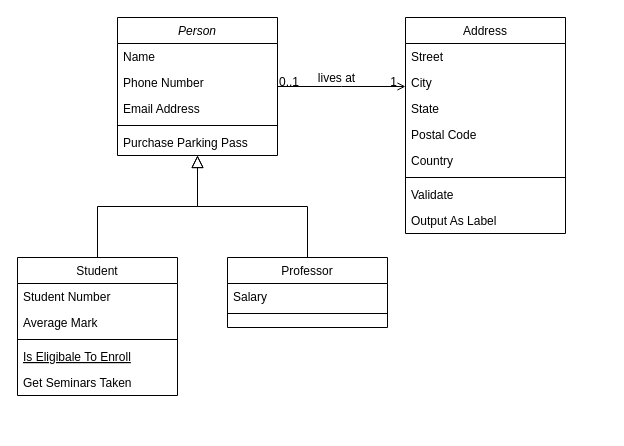
This is Untitled Diagram.drawio from ArttuJahva/NewRepo, a draw.io file, before an edit. Source tidied: cells renumbered, new cells numbered last; positions are measured from the earlier drawing's top-left corner, leaving out a move shared by most shapes. Both pictures are drawn from the tidied source at 100%, with x=0, y=0 at pixel (17, 17).
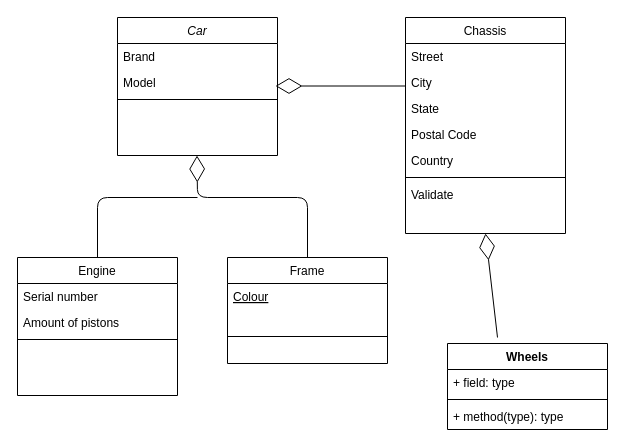
The same page after the edit.

Change to the diagram source:
```diff
@@
-    <mxCell id="2" value="Person" style="swimlane;fontStyle=2;align=center;verticalAlign=top;horizontal=1;startSize=26;rounded=0;shadow=0;strokeWidth=1;" parent="1" vertex="1">
+    <mxCell id="2" value="Car" style="swimlane;fontStyle=2;align=center;verticalAlign=top;horizontal=1;startSize=26;rounded=0;shadow=0;strokeWidth=1;" parent="1" vertex="1">
       <mxGeometry x="100" width="160" height="138" as="geometry" />
     </mxCell>
-    <mxCell id="3" value="Name" style="text;align=left;verticalAlign=top;spacingLeft=4;spacingRight=4;overflow=hidden;" parent="2" vertex="1">
+    <mxCell id="3" value="Brand" style="text;align=left;verticalAlign=top;spacingLeft=4;spacingRight=4;overflow=hidden;" parent="2" vertex="1">
       <mxGeometry y="26" width="160" height="26" as="geometry" />
     </mxCell>
-    <mxCell id="4" value="Phone Number" style="text;align=left;verticalAlign=top;spacingLeft=4;spacingRight=4;overflow=hidden;rounded=0;shadow=0;html=0;" parent="2" vertex="1">
+    <mxCell id="4" value="Model" style="text;align=left;verticalAlign=top;spacingLeft=4;spacingRight=4;overflow=hidden;rounded=0;shadow=0;html=0;" parent="2" vertex="1">
       <mxGeometry y="52" width="160" height="26" as="geometry" />
     </mxCell>
-    <mxCell id="5" value="Email Address" style="text;align=left;verticalAlign=top;spacingLeft=4;spacingRight=4;overflow=hidden;rounded=0;shadow=0;html=0;" parent="2" vertex="1">
-      <mxGeometry y="78" width="160" height="26" as="geometry" />
-    </mxCell>
     <mxCell id="6" style="line;html=1;strokeWidth=1;align=left;verticalAlign=middle;spacingTop=-1;spacingLeft=3;spacingRight=3;labelPosition=right;" parent="2" vertex="1">
-      <mxGeometry y="104" width="160" height="8" as="geometry" />
+      <mxGeometry y="78" width="160" height="8" as="geometry" />
     </mxCell>
-    <mxCell id="7" value="Purchase Parking Pass" style="text;align=left;verticalAlign=top;spacingLeft=4;spacingRight=4;overflow=hidden;" parent="2" vertex="1">
-      <mxGeometry y="112" width="160" height="26" as="geometry" />
-    </mxCell>
-    <mxCell id="8" value="Student" style="swimlane;fontStyle=0;align=center;verticalAlign=top;horizontal=1;startSize=26;rounded=0;shadow=0;strokeWidth=1;" parent="1" vertex="1">
+    <mxCell id="8" value="Engine" style="swimlane;fontStyle=0;align=center;verticalAlign=top;horizontal=1;startSize=26;rounded=0;shadow=0;strokeWidth=1;" parent="1" vertex="1">
       <mxGeometry y="240" width="160" height="138" as="geometry" />
     </mxCell>
-    <mxCell id="9" value="Student Number" style="text;align=left;verticalAlign=top;spacingLeft=4;spacingRight=4;overflow=hidden;" parent="8" vertex="1">
+    <mxCell id="9" value="Serial number" style="text;align=left;verticalAlign=top;spacingLeft=4;spacingRight=4;overflow=hidden;" parent="8" vertex="1">
       <mxGeometry y="26" width="160" height="26" as="geometry" />
     </mxCell>
-    <mxCell id="10" value="Average Mark" style="text;align=left;verticalAlign=top;spacingLeft=4;spacingRight=4;overflow=hidden;rounded=0;shadow=0;html=0;" parent="8" vertex="1">
+    <mxCell id="10" value="Amount of pistons" style="text;align=left;verticalAlign=top;spacingLeft=4;spacingRight=4;overflow=hidden;rounded=0;shadow=0;html=0;" parent="8" vertex="1">
       <mxGeometry y="52" width="160" height="26" as="geometry" />
     </mxCell>
@@
+    <mxCell id="15" value="Frame" style="swimlane;fontStyle=0;align=center;verticalAlign=top;horizontal=1;startSize=26;rounded=0;shadow=0;strokeWidth=1;" parent="1" vertex="1">
+      <mxGeometry x="210" y="240" width="160" height="106" as="geometry" />
+    </mxCell>
-    <mxCell id="12" value="Is Eligibale To Enroll" style="text;align=left;verticalAlign=top;spacingLeft=4;spacingRight=4;overflow=hidden;fontStyle=4;" parent="8" vertex="1">
-      <mxGeometry y="86" width="160" height="26" as="geometry" />
+    <mxCell id="12" value="Colour" style="text;align=left;verticalAlign=top;spacingLeft=4;spacingRight=4;overflow=hidden;fontStyle=4;" parent="15" vertex="1">
+      <mxGeometry y="26" width="160" height="26" as="geometry" />
     </mxCell>
-    <mxCell id="13" value="Get Seminars Taken" style="text;align=left;verticalAlign=top;spacingLeft=4;spacingRight=4;overflow=hidden;" parent="8" vertex="1">
-      <mxGeometry y="112" width="160" height="26" as="geometry" />
-    </mxCell>
-    <mxCell id="14" style="endArrow=block;endSize=10;endFill=0;shadow=0;strokeWidth=1;rounded=0;edgeStyle=elbowEdgeStyle;elbow=vertical;" parent="1" edge="1" source="8" target="2">
-      <mxGeometry relative="1" as="geometry" />
-    </mxCell>
-    <mxCell id="15" value="Professor" style="swimlane;fontStyle=0;align=center;verticalAlign=top;horizontal=1;startSize=26;rounded=0;shadow=0;strokeWidth=1;" parent="1" vertex="1">
-      <mxGeometry x="210" y="240" width="160" height="70" as="geometry" />
-    </mxCell>
-    <mxCell id="16" value="Salary" style="text;align=left;verticalAlign=top;spacingLeft=4;spacingRight=4;overflow=hidden;" parent="15" vertex="1">
-      <mxGeometry y="26" width="160" height="26" as="geometry" />
-    </mxCell>
     <mxCell id="17" style="line;html=1;strokeWidth=1;align=left;verticalAlign=middle;spacingTop=-1;spacingLeft=3;spacingRight=3;labelPosition=right;" parent="15" vertex="1">
-      <mxGeometry y="52" width="160" height="8" as="geometry" />
+      <mxGeometry y="52" width="160" height="54" as="geometry" />
     </mxCell>
-    <mxCell id="18" style="endArrow=block;endSize=10;endFill=0;shadow=0;strokeWidth=1;rounded=0;edgeStyle=elbowEdgeStyle;elbow=vertical;" parent="1" edge="1" source="15" target="2">
-      <mxGeometry relative="1" as="geometry" />
-    </mxCell>
-    <mxCell id="19" value="Address" style="swimlane;fontStyle=0;align=center;verticalAlign=top;horizontal=1;startSize=26;rounded=0;shadow=0;strokeWidth=1;" parent="1" vertex="1">
+    <mxCell id="19" value="Chassis" style="swimlane;fontStyle=0;align=center;verticalAlign=top;horizontal=1;startSize=26;rounded=0;shadow=0;strokeWidth=1;" parent="1" vertex="1">
       <mxGeometry x="388" width="160" height="216" as="geometry" />
     </mxCell>
@@
-    <mxCell id="27" value="Output As Label" style="text;align=left;verticalAlign=top;spacingLeft=4;spacingRight=4;overflow=hidden;" parent="19" vertex="1">
-      <mxGeometry y="190" width="160" height="26" as="geometry" />
-    </mxCell>
-    <mxCell id="28" style="endArrow=open;shadow=0;strokeWidth=1;rounded=0;endFill=1;edgeStyle=elbowEdgeStyle;elbow=vertical;" parent="1" edge="1" source="2" target="19">
-      <mxGeometry x="0.5" y="41" relative="1" as="geometry">
-        <mxPoint x="-40" y="32" as="offset" />
-      </mxGeometry>
-    </mxCell>
-    <mxCell id="29" value="0..1" style="align=left;verticalAlign=bottom;labelBackgroundColor=none;fontSize=12;" parent="28" vertex="1">
-      <mxGeometry x="-1" relative="1" as="geometry">
-        <mxPoint y="4" as="offset" />
-      </mxGeometry>
-    </mxCell>
-    <mxCell id="30" value="1" style="align=right;verticalAlign=bottom;labelBackgroundColor=none;fontSize=12;" parent="28" vertex="1">
-      <mxGeometry x="1" relative="1" as="geometry">
-        <mxPoint x="-7" y="4" as="offset" />
-      </mxGeometry>
-    </mxCell>
-    <mxCell id="31" value="lives at" style="text;html=1;align=center;verticalAlign=middle;labelBackgroundColor=none;rounded=0;shadow=0;strokeWidth=1;fontSize=12;" parent="28" vertex="1">
-      <mxGeometry x="0.5" y="49" relative="1" as="geometry">
-        <mxPoint x="-38" y="40" as="offset" />
-      </mxGeometry>
-    </mxCell>
+    <mxCell id="32" value="Wheels" style="swimlane;fontStyle=1;align=center;verticalAlign=top;horizontal=1;startSize=26;" parent="1" vertex="1">
+      <mxGeometry x="430" y="326" width="160" height="86" as="geometry" />
+    </mxCell>
+    <mxCell id="33" value="+ field: type" style="text;strokeColor=none;fillColor=none;align=left;verticalAlign=top;spacingLeft=4;spacingRight=4;overflow=hidden;" parent="32" vertex="1">
+      <mxGeometry y="26" width="160" height="26" as="geometry" />
+    </mxCell>
+    <mxCell id="34" style="line;strokeWidth=1;fillColor=none;align=left;verticalAlign=middle;spacingTop=-1;spacingLeft=3;spacingRight=3;labelPosition=right;" parent="32" vertex="1">
+      <mxGeometry y="52" width="160" height="8" as="geometry" />
+    </mxCell>
+    <mxCell id="35" value="+ method(type): type" style="text;strokeColor=none;fillColor=none;align=left;verticalAlign=top;spacingLeft=4;spacingRight=4;overflow=hidden;" parent="32" vertex="1">
+      <mxGeometry y="60" width="160" height="26" as="geometry" />
+    </mxCell>
+    <mxCell id="36" style="endArrow=diamondThin;endFill=0;endSize=24;html=1;entryX=0.5;entryY=1;entryDx=0;entryDy=0;" parent="1" edge="1" target="19">
+      <mxGeometry relative="1" as="geometry">
+        <mxPoint x="480" y="320" as="sourcePoint" />
+      </mxGeometry>
+    </mxCell>
+    <mxCell id="37" style="endArrow=diamondThin;endFill=0;endSize=24;html=1;" parent="1" edge="1">
+      <mxGeometry relative="1" as="geometry">
+        <mxPoint x="388" y="68.5" as="sourcePoint" />
+        <mxPoint x="258" y="68.5" as="targetPoint" />
+      </mxGeometry>
+    </mxCell>
+    <mxCell id="38" style="endArrow=diamondThin;endFill=0;endSize=24;html=1;exitX=0.5;exitY=0;exitDx=0;exitDy=0;" parent="1" edge="1" source="15">
+      <mxGeometry relative="1" as="geometry">
+        <mxPoint x="179.5" y="138" as="targetPoint" />
+        <Array as="points">
+          <mxPoint x="290" y="180" />
+          <mxPoint x="180" y="180" />
+        </Array>
+      </mxGeometry>
+    </mxCell>
+    <mxCell id="39" style="endArrow=none;html=1;exitX=0.5;exitY=0;exitDx=0;exitDy=0;" parent="1" edge="1" source="8">
+      <mxGeometry relative="1" as="geometry">
+        <mxPoint x="180" y="180" as="targetPoint" />
+        <Array as="points">
+          <mxPoint x="80" y="180" />
+        </Array>
+      </mxGeometry>
+    </mxCell>
```
